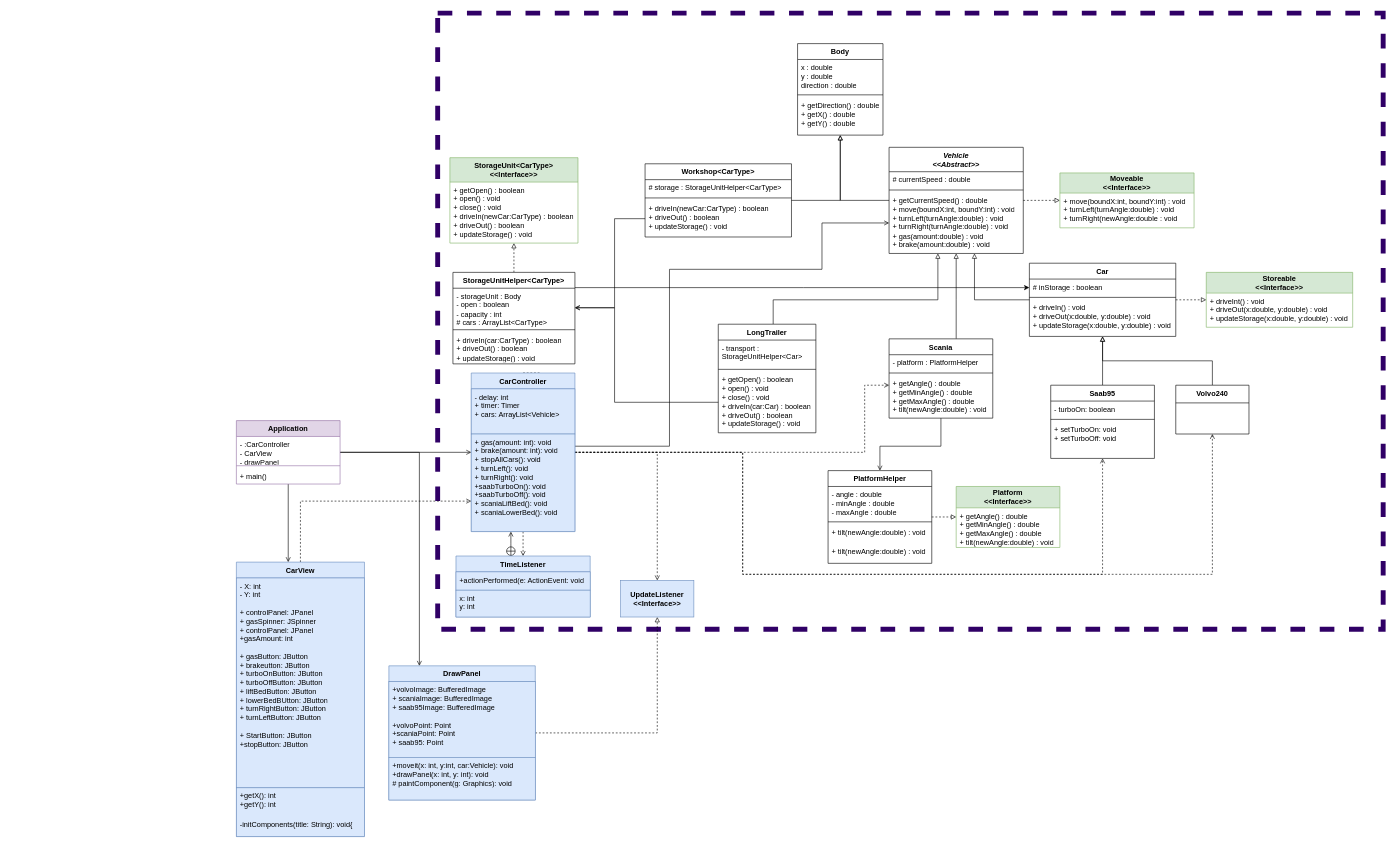
Earlier version of the draw.io diagram Labb3superpost.drawio (ErikFogelstrand/lab1-riktig). Source tidied: cells renumbered, new cells numbered last; positions are measured from the earlier drawing's top-left corner, leaving out a move shared by most shapes. Both pictures are drawn from the tidied source at 61%, with x=0, y=0 at pixel (236, 13).
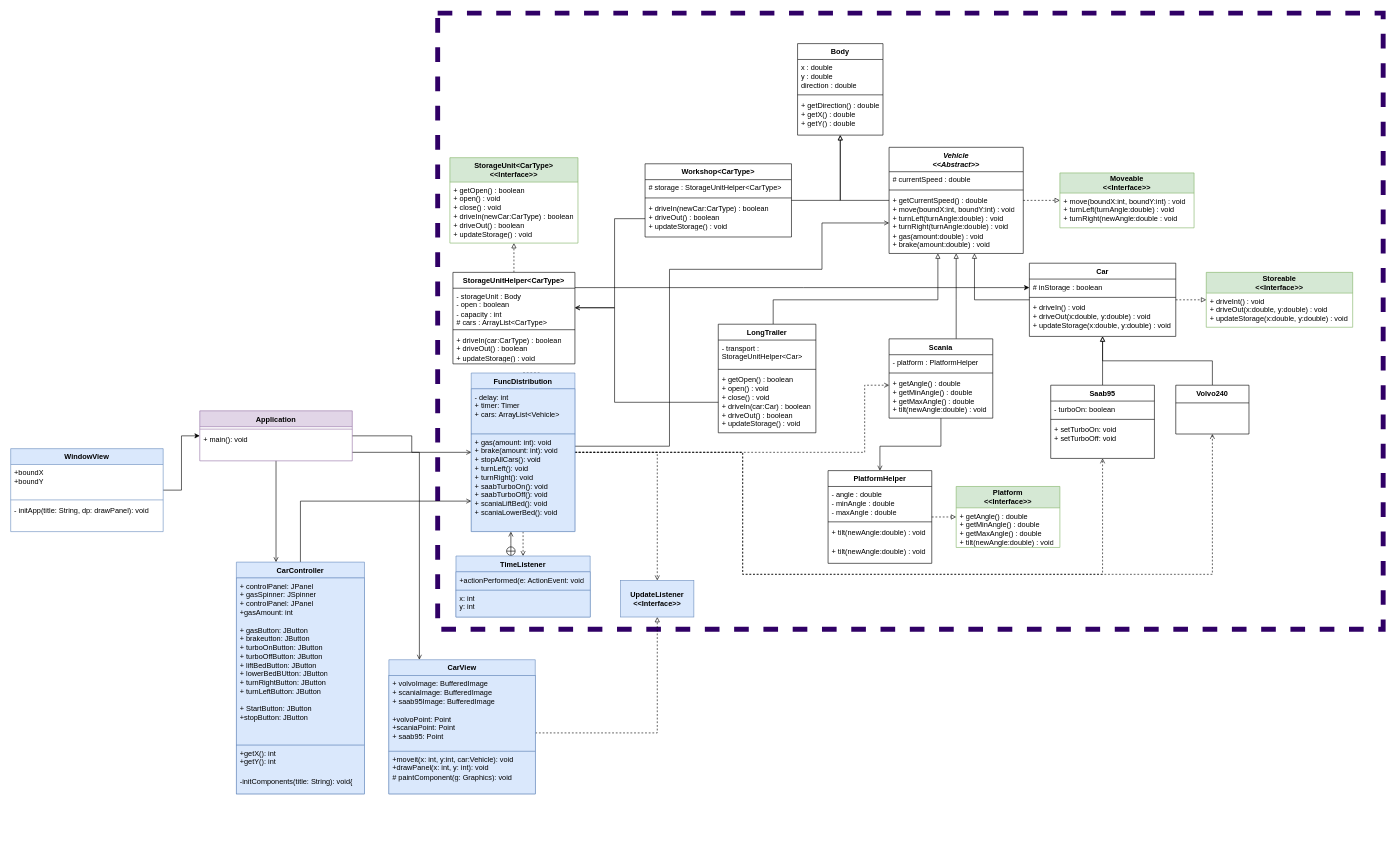
After the change.

What changed in the source:
```diff
@@
-    <mxCell id="19" value="CarController" style="swimlane;fontStyle=1;align=center;verticalAlign=top;horizontal=1;startSize=26;whiteSpace=wrap;html=1;fillColor=#dae8fc;strokeColor=#6c8ebf;" parent="1" vertex="1">
+    <mxCell id="19" value="FuncDistribution" style="swimlane;fontStyle=1;align=center;verticalAlign=top;horizontal=1;startSize=26;whiteSpace=wrap;html=1;fillColor=#dae8fc;strokeColor=#6c8ebf;" parent="1" vertex="1">
       <mxGeometry x="385" y="590" width="170" height="260" as="geometry" />
     </mxCell>
@@
-    <mxCell id="21" value="&lt;div&gt;+ gas(amount: int): void&lt;/div&gt;&lt;div&gt;+ brake(amount: int): void&lt;/div&gt;&lt;div&gt;+ stopAllCars(): void&lt;/div&gt;&lt;div&gt;+ turnLeft(): void&lt;/div&gt;&lt;div&gt;+ turnRight(): void&lt;/div&gt;&lt;div&gt;+saabTurboOn(): void&lt;br&gt;&lt;/div&gt;&lt;div&gt;+saabTurboOff(): void&lt;br&gt;&lt;/div&gt;&lt;div&gt;+ scaniaLiftBed(): void&lt;/div&gt;&lt;div&gt;+ scaniaLowerBed(): void&lt;br&gt;&lt;/div&gt;&lt;div&gt;&lt;br&gt;&lt;/div&gt;" style="text;strokeColor=#6c8ebf;fillColor=#dae8fc;align=left;verticalAlign=top;spacingLeft=4;spacingRight=4;overflow=hidden;points=[[0,0.5],[1,0.5]];portConstraint=eastwest;whiteSpace=wrap;html=1;" parent="19" vertex="1">
+    <mxCell id="21" value="&lt;div&gt;+ gas(amount: int): void&lt;/div&gt;&lt;div&gt;+ brake(amount: int): void&lt;/div&gt;&lt;div&gt;+ stopAllCars(): void&lt;/div&gt;&lt;div&gt;+ turnLeft(): void&lt;/div&gt;&lt;div&gt;+ turnRight(): void&lt;/div&gt;&lt;div&gt;+ saabTurboOn(): void&lt;br&gt;&lt;/div&gt;&lt;div&gt;+ saabTurboOff(): void&lt;br&gt;&lt;/div&gt;&lt;div&gt;+ scaniaLiftBed(): void&lt;/div&gt;&lt;div&gt;+ scaniaLowerBed(): void&lt;br&gt;&lt;/div&gt;&lt;div&gt;&lt;br&gt;&lt;/div&gt;" style="text;strokeColor=#6c8ebf;fillColor=#dae8fc;align=left;verticalAlign=top;spacingLeft=4;spacingRight=4;overflow=hidden;points=[[0,0.5],[1,0.5]];portConstraint=eastwest;whiteSpace=wrap;html=1;" parent="19" vertex="1">
       <mxGeometry y="100" width="170" height="160" as="geometry" />
     </mxCell>
-    <mxCell id="22" style="edgeStyle=orthogonalEdgeStyle;rounded=0;jettySize=auto;html=1;endArrow=open;endFill=0;dashed=1;" parent="1" edge="1" source="23" target="19">
+    <mxCell id="22" style="edgeStyle=orthogonalEdgeStyle;rounded=0;jettySize=auto;html=1;endArrow=open;endFill=0;" parent="1" edge="1" source="23" target="19">
       <mxGeometry relative="1" as="geometry">
         <Array as="points">
           <mxPoint x="105" y="800" />
         </Array>
       </mxGeometry>
     </mxCell>
-    <mxCell id="23" value="CarView" style="swimlane;fontStyle=1;align=center;verticalAlign=top;horizontal=1;startSize=26;whiteSpace=wrap;html=1;fillColor=#dae8fc;strokeColor=#6c8ebf;" parent="1" vertex="1">
-      <mxGeometry y="900" width="210" height="450" as="geometry" />
+    <mxCell id="23" value="CarController" style="swimlane;fontStyle=1;align=center;verticalAlign=top;horizontal=1;startSize=26;whiteSpace=wrap;html=1;fillColor=#dae8fc;strokeColor=#6c8ebf;" parent="1" vertex="1">
+      <mxGeometry y="900" width="210" height="380" as="geometry" />
     </mxCell>
-    <mxCell id="24" value="&lt;div&gt;- X: int&lt;/div&gt;&lt;div&gt;- Y: int&lt;/div&gt;&lt;br&gt;&lt;div&gt;+ controlPanel: JPanel&lt;/div&gt;&lt;div&gt;+ gasSpinner: JSpinner&lt;br&gt;&lt;/div&gt;&lt;div&gt;+ controlPanel: JPanel&lt;br&gt;&lt;/div&gt;&lt;div&gt;+gasAmount: int&lt;br&gt;&lt;/div&gt;&lt;div&gt;&lt;div&gt;&lt;br&gt;&lt;/div&gt;&lt;div&gt;+ gasButton: JButton&lt;/div&gt;&lt;div&gt;+ brakeutton: JButton&lt;/div&gt;&lt;/div&gt;&lt;div&gt;+ turboOnButton: JButton&lt;/div&gt;&lt;div&gt;+ turboOffButton: JButton&lt;/div&gt;&lt;div&gt;+ liftBedButton: JButton&lt;/div&gt;&lt;div&gt;+ lowerBedBUtton: JButton&lt;/div&gt;&lt;div&gt;+ turnRightButton: JButton &lt;br&gt;&lt;/div&gt;&lt;div&gt;+ turnLeftButton: JButton &lt;br&gt;&lt;/div&gt;&lt;div&gt;&lt;br&gt;&lt;/div&gt;&lt;div&gt;+ StartButton: JButton&lt;/div&gt;&lt;div&gt;+stopButton: JButton&lt;br&gt;&lt;/div&gt;&lt;div&gt;&lt;br&gt;&lt;/div&gt;" style="text;strokeColor=#6c8ebf;fillColor=#dae8fc;align=left;verticalAlign=top;spacingLeft=4;spacingRight=4;overflow=hidden;whiteSpace=wrap;html=1;" parent="23" vertex="1">
-      <mxGeometry y="26" width="210" height="344" as="geometry" />
+    <mxCell id="24" value="+ controlPanel: JPanel&lt;div&gt;+ gasSpinner: JSpinner&lt;br&gt;&lt;/div&gt;&lt;div&gt;+ controlPanel: JPanel&lt;br&gt;&lt;/div&gt;&lt;div&gt;+gasAmount: int&lt;br&gt;&lt;/div&gt;&lt;div&gt;&lt;div&gt;&lt;br&gt;&lt;/div&gt;&lt;div&gt;+ gasButton: JButton&lt;/div&gt;&lt;div&gt;+ brakeutton: JButton&lt;/div&gt;&lt;/div&gt;&lt;div&gt;+ turboOnButton: JButton&lt;/div&gt;&lt;div&gt;+ turboOffButton: JButton&lt;/div&gt;&lt;div&gt;+ liftBedButton: JButton&lt;/div&gt;&lt;div&gt;+ lowerBedBUtton: JButton&lt;/div&gt;&lt;div&gt;+ turnRightButton: JButton &lt;br&gt;&lt;/div&gt;&lt;div&gt;+ turnLeftButton: JButton &lt;br&gt;&lt;/div&gt;&lt;div&gt;&lt;br&gt;&lt;/div&gt;&lt;div&gt;+ StartButton: JButton&lt;/div&gt;&lt;div&gt;+stopButton: JButton&lt;br&gt;&lt;/div&gt;&lt;div&gt;&lt;br&gt;&lt;/div&gt;" style="text;strokeColor=#6c8ebf;fillColor=#dae8fc;align=left;verticalAlign=top;spacingLeft=4;spacingRight=4;overflow=hidden;whiteSpace=wrap;html=1;" parent="23" vertex="1">
+      <mxGeometry y="26" width="210" height="274" as="geometry" />
     </mxCell>
     <mxCell id="25" value="&lt;div&gt;+getX(): int&lt;/div&gt;&lt;div&gt;+getY(): int&lt;/div&gt;&lt;div&gt;&lt;br&gt;&lt;/div&gt;&lt;div&gt;-initComponents(title: String): void{&lt;sup&gt;&lt;br&gt;&lt;/sup&gt;&lt;/div&gt;&lt;div&gt;&lt;br&gt;&lt;/div&gt;" style="text;strokeColor=#6c8ebf;fillColor=#dae8fc;align=left;verticalAlign=top;spacingLeft=4;spacingRight=4;overflow=hidden;whiteSpace=wrap;html=1;" parent="23" vertex="1">
-      <mxGeometry y="370" width="210" height="80" as="geometry" />
+      <mxGeometry y="300" width="210" height="80" as="geometry" />
     </mxCell>
@@
-    <mxCell id="27" value="DrawPanel" style="swimlane;fontStyle=1;align=center;verticalAlign=top;horizontal=1;startSize=26;whiteSpace=wrap;html=1;fillColor=#dae8fc;strokeColor=#6c8ebf;" parent="1" vertex="1">
-      <mxGeometry x="250" y="1070" width="240" height="220" as="geometry" />
+    <mxCell id="27" value="CarView" style="swimlane;fontStyle=1;align=center;verticalAlign=top;horizontal=1;startSize=26;whiteSpace=wrap;html=1;fillColor=#dae8fc;strokeColor=#6c8ebf;" parent="1" vertex="1">
+      <mxGeometry x="250" y="1060" width="240" height="220" as="geometry" />
     </mxCell>
-    <mxCell id="28" value="&lt;div&gt;+volvoImage: BufferedImage&lt;/div&gt;&lt;div&gt;+ scaniaImage: BufferedImage&lt;br&gt;&lt;/div&gt;&lt;div&gt;+ saab95Image: BufferedImage&lt;/div&gt;&lt;div&gt;&lt;br&gt;&lt;/div&gt;&lt;div&gt;+volvoPoint: Point&lt;/div&gt;&lt;div&gt;+scaniaPoint: Point&lt;/div&gt;&lt;div&gt;+ saab95: Point&lt;/div&gt;" style="text;strokeColor=#6c8ebf;fillColor=#dae8fc;align=left;verticalAlign=top;spacingLeft=4;spacingRight=4;overflow=hidden;whiteSpace=wrap;html=1;" parent="27" vertex="1">
+    <mxCell id="28" value="&lt;div&gt;+ volvoImage: BufferedImage&lt;/div&gt;&lt;div&gt;+ scaniaImage: BufferedImage&lt;br&gt;&lt;/div&gt;&lt;div&gt;+ saab95Image: BufferedImage&lt;/div&gt;&lt;div&gt;&lt;br&gt;&lt;/div&gt;&lt;div&gt;+volvoPoint: Point&lt;/div&gt;&lt;div&gt;+scaniaPoint: Point&lt;/div&gt;&lt;div&gt;+ saab95: Point&lt;/div&gt;" style="text;strokeColor=#6c8ebf;fillColor=#dae8fc;align=left;verticalAlign=top;spacingLeft=4;spacingRight=4;overflow=hidden;whiteSpace=wrap;html=1;" parent="27" vertex="1">
       <mxGeometry y="26" width="240" height="124" as="geometry" />
     </mxCell>
@@
     <mxCell id="89" value="Application" style="swimlane;fontStyle=1;align=center;verticalAlign=top;horizontal=1;startSize=26;whiteSpace=wrap;html=1;fillColor=#e1d5e7;strokeColor=#9673a6;" parent="1" vertex="1">
-      <mxGeometry y="668" width="170" height="104" as="geometry" />
+      <mxGeometry x="-60" y="652" width="250" height="82" as="geometry" />
     </mxCell>
-    <mxCell id="90" value="- :CarController&lt;br&gt;&lt;div&gt;- CarView&lt;/div&gt;&lt;div&gt;- drawPanel&lt;br&gt;&lt;/div&gt;" style="text;strokeColor=none;fillColor=none;align=left;verticalAlign=top;spacingLeft=4;spacingRight=4;overflow=hidden;whiteSpace=wrap;html=1;" parent="89" vertex="1">
-      <mxGeometry y="26" width="170" height="44" as="geometry" />
-    </mxCell>
     <mxCell id="91" style="line;strokeWidth=1;fillColor=none;align=left;verticalAlign=middle;spacingTop=-1;spacingLeft=3;spacingRight=3;labelPosition=right;strokeColor=inherit;" parent="89" vertex="1">
-      <mxGeometry y="70" width="170" height="8" as="geometry" />
+      <mxGeometry y="26" width="250" height="8" as="geometry" />
     </mxCell>
-    <mxCell id="92" value="+ main()" style="text;strokeColor=none;fillColor=none;align=left;verticalAlign=top;spacingLeft=4;spacingRight=4;overflow=hidden;whiteSpace=wrap;html=1;" parent="89" vertex="1">
-      <mxGeometry y="78" width="170" height="26" as="geometry" />
+    <mxCell id="92" value="&lt;div&gt;+ main(): void&lt;/div&gt;" style="text;strokeColor=none;fillColor=none;align=left;verticalAlign=top;spacingLeft=4;spacingRight=4;overflow=hidden;whiteSpace=wrap;html=1;" parent="89" vertex="1">
+      <mxGeometry y="34" width="250" height="48" as="geometry" />
     </mxCell>
+    <mxCell id="93" style="edgeStyle=orthogonalEdgeStyle;rounded=0;jettySize=auto;html=1;" parent="1" edge="1" source="94" target="89">
+      <mxGeometry relative="1" as="geometry" />
+    </mxCell>
+    <mxCell id="94" value="WindowView" style="swimlane;fontStyle=1;align=center;verticalAlign=top;horizontal=1;startSize=26;whiteSpace=wrap;html=1;fillColor=#dae8fc;strokeColor=#6c8ebf;" parent="1" vertex="1">
+      <mxGeometry x="-370" y="714" width="250" height="136" as="geometry" />
+    </mxCell>
+    <mxCell id="95" value="&lt;div&gt;+boundX&lt;/div&gt;&lt;div&gt;+boundY&lt;br&gt;&lt;/div&gt;" style="text;strokeColor=none;fillColor=none;align=left;verticalAlign=top;spacingLeft=4;spacingRight=4;overflow=hidden;whiteSpace=wrap;html=1;" parent="94" vertex="1">
+      <mxGeometry y="26" width="250" height="54" as="geometry" />
+    </mxCell>
+    <mxCell id="96" style="line;strokeWidth=1;fillColor=none;align=left;verticalAlign=middle;spacingTop=-1;spacingLeft=3;spacingRight=3;labelPosition=right;strokeColor=inherit;" parent="94" vertex="1">
+      <mxGeometry y="80" width="250" height="8" as="geometry" />
+    </mxCell>
+    <mxCell id="97" value="&lt;div&gt;- initApp(title: String, dp: drawPanel): void&lt;br&gt;&lt;/div&gt;" style="text;strokeColor=none;fillColor=none;align=left;verticalAlign=top;spacingLeft=4;spacingRight=4;overflow=hidden;whiteSpace=wrap;html=1;" parent="94" vertex="1">
+      <mxGeometry y="88" width="250" height="48" as="geometry" />
+    </mxCell>
```
